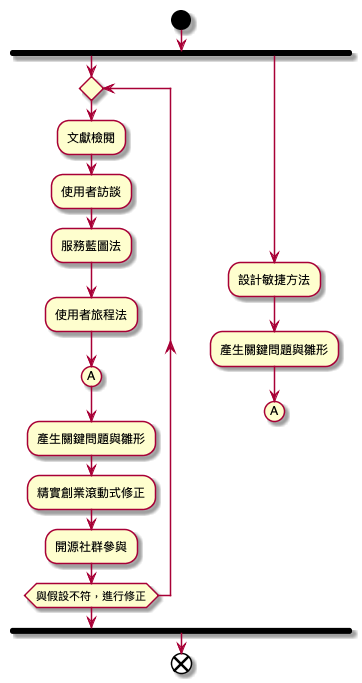
Before: report2/research_flow.png, a diagram exported from PlantUML (SenseTW/ArrTMDReport).
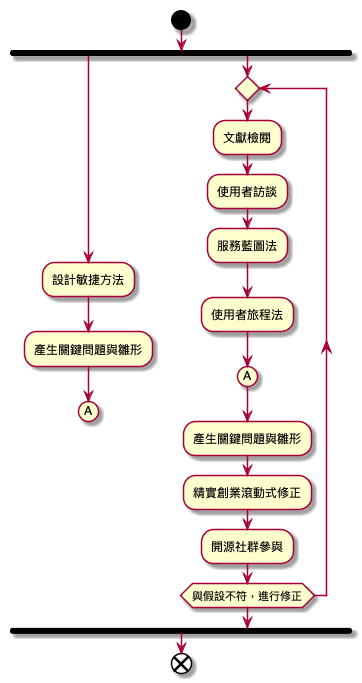
The same file after the commit.

Diff of the diagram source:
```diff
@@ -1,6 +1,11 @@
 @startuml
 start
 fork
+   :設計敏捷方法;
+   :產生關鍵問題與雛形;
+    (A)
+    detach
+fork again
     repeat
     :文獻檢閱;
     :使用者訪談;
@@ -11,11 +16,6 @@
     :精實創業滾動式修正;
     :開源社群參與;
     repeat while (與假設不符，進行修正)
-fork again
-   :設計敏捷方法;
-   :產生關鍵問題與雛形;
-    (A)
-   detach
 endfork
 end
 @enduml
```
